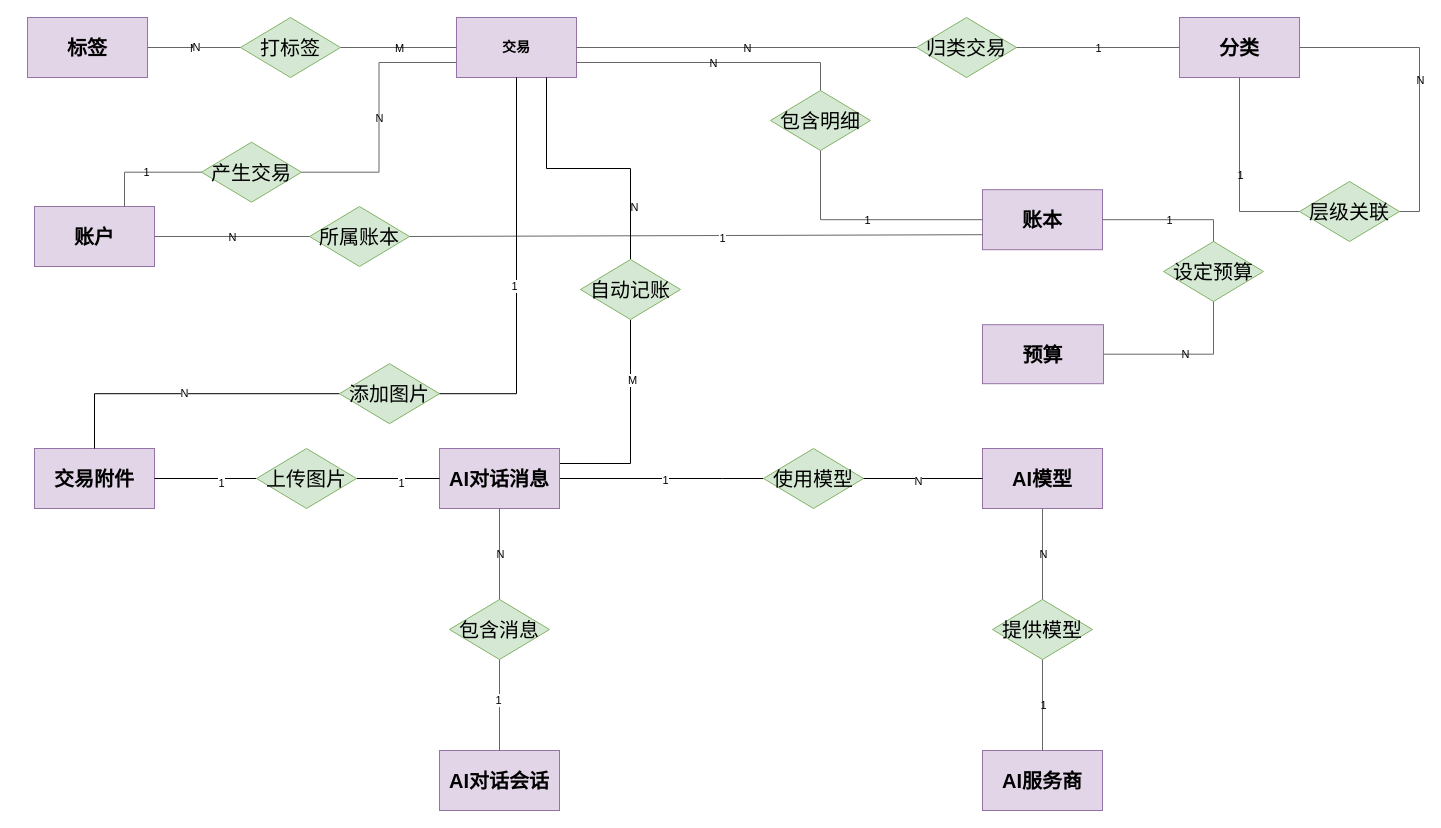
Earlier version of the draw.io diagram E-R图.drawio (Jiu-Nuan/awesomeCodes). Source tidied: cells renumbered, new cells numbered last; positions are measured from the earlier drawing's top-left corner, leaving out a move shared by most shapes. Both pictures are drawn from the tidied source at 100%, with x=0, y=0 at pixel (27, 17).
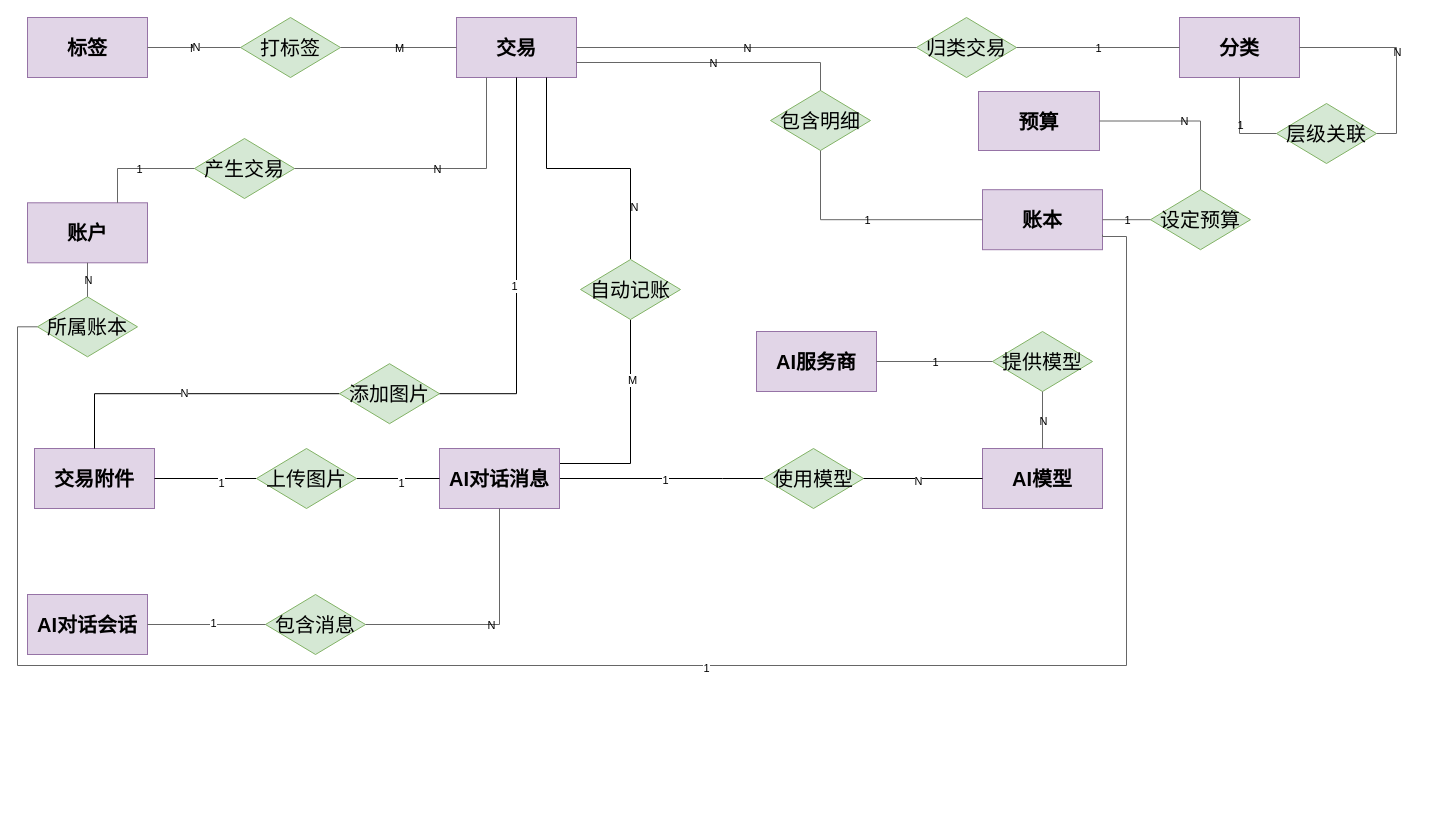
Above is the later version.

Unchanged cells that the change refers to:
```xml
<mxCell id="2" value="&lt;font style=&quot;font-size: 20px;&quot;&gt;账本&lt;/font&gt;" style="rounded=0;whiteSpace=wrap;html=1;fillColor=#e1d5e7;strokeColor=#9673a6;fontFamily=微软雅黑;fontStyle=1;fontSize=14;" parent="1" vertex="1">
  <mxGeometry x="955" y="172.2" width="120" height="60" as="geometry" />
</mxCell>
<mxCell id="13" value="&lt;font style=&quot;font-size: 20px;&quot;&gt;AI对话消息&lt;/font&gt;" style="rounded=0;whiteSpace=wrap;html=1;fillColor=#e1d5e7;strokeColor=#9673a6;fontFamily=微软雅黑;fontStyle=1;fontSize=14;" parent="1" vertex="1">
  <mxGeometry x="412" y="431" width="120" height="60" as="geometry" />
</mxCell>
<mxCell id="15" value="&lt;font style=&quot;font-size: 20px;&quot;&gt;AI模型&lt;/font&gt;" style="rounded=0;whiteSpace=wrap;html=1;fillColor=#e1d5e7;strokeColor=#9673a6;fontFamily=微软雅黑;fontStyle=1;fontSize=14;" parent="1" vertex="1">
  <mxGeometry x="955" y="431" width="120" height="60" as="geometry" />
</mxCell>
```

What changed in the source:
```diff
@@
     <mxCell id="3" value="&lt;font style=&quot;font-size: 20px;&quot;&gt;账户&lt;/font&gt;" style="rounded=0;whiteSpace=wrap;html=1;fillColor=#e1d5e7;strokeColor=#9673a6;fontFamily=微软雅黑;fontStyle=1;fontSize=14;" parent="1" vertex="1">
-      <mxGeometry x="7" y="189" width="120" height="60" as="geometry" />
+      <mxGeometry y="185.3" width="120" height="60" as="geometry" />
     </mxCell>
@@
-    <mxCell id="5" value="交易" style="rounded=0;whiteSpace=wrap;html=1;fillColor=#e1d5e7;strokeColor=#9673a6;fontFamily=微软雅黑;fontStyle=1;fontSize=14;" parent="1" vertex="1">
+    <mxCell id="5" value="&lt;font style=&quot;font-size: 20px;&quot;&gt;交易&lt;/font&gt;" style="rounded=0;whiteSpace=wrap;html=1;fillColor=#e1d5e7;strokeColor=#9673a6;fontFamily=微软雅黑;fontStyle=1;fontSize=14;" parent="1" vertex="1">
       <mxGeometry x="429" width="120" height="60" as="geometry" />
     </mxCell>
     <mxCell id="6" value="&lt;font style=&quot;font-size: 20px;&quot;&gt;预算&lt;/font&gt;" style="rounded=0;whiteSpace=wrap;html=1;fillColor=#e1d5e7;strokeColor=#9673a6;fontFamily=微软雅黑;fontStyle=1;fontSize=14;" parent="1" vertex="1">
-      <mxGeometry x="955" y="307.2" width="121" height="59" as="geometry" />
+      <mxGeometry x="951" y="74" width="121" height="59" as="geometry" />
     </mxCell>
@@
     <mxCell id="8" value="&lt;font style=&quot;font-size: 20px;&quot;&gt;AI对话会话&lt;/font&gt;" style="rounded=0;whiteSpace=wrap;html=1;fillColor=#e1d5e7;strokeColor=#9673a6;fontFamily=微软雅黑;fontStyle=1;fontSize=14;" parent="1" vertex="1">
-      <mxGeometry x="412" y="733" width="120" height="60" as="geometry" />
+      <mxGeometry y="577" width="120" height="60" as="geometry" />
     </mxCell>
@@
     <mxCell id="14" value="&lt;font style=&quot;font-size: 20px;&quot;&gt;AI服务商&lt;/font&gt;" style="rounded=0;whiteSpace=wrap;html=1;fillColor=#e1d5e7;strokeColor=#9673a6;fontFamily=微软雅黑;fontStyle=1;fontSize=14;" parent="1" vertex="1">
-      <mxGeometry x="955" y="733" width="120" height="60" as="geometry" />
+      <mxGeometry x="729" y="314" width="120" height="60" as="geometry" />
     </mxCell>
@@
     <mxCell id="16" value="&lt;font style=&quot;font-size: 20px;&quot;&gt;所属账本&lt;/font&gt;" style="rhombus;whiteSpace=wrap;html=1;fillColor=#d5e8d4;strokeColor=#82b366;" parent="1" vertex="1">
-      <mxGeometry x="282" y="189" width="100" height="60" as="geometry" />
+      <mxGeometry x="10" y="279.3" width="100" height="60" as="geometry" />
     </mxCell>
-    <mxCell id="17" style="endArrow=none;html=1;rounded=0;jettySize=auto;strokeColor=#666666;entryX=1;entryY=0.5;exitX=0;exitY=0.75;exitDx=0;exitDy=0;entryDx=0;entryDy=0;" parent="1" edge="1" source="2" target="16">
-      <mxGeometry relative="1" as="geometry" />
+    <mxCell id="17" style="endArrow=none;html=1;rounded=0;jettySize=auto;strokeColor=#666666;entryX=0;entryY=0.5;exitX=1;exitY=0.75;exitDx=0;exitDy=0;entryDx=0;entryDy=0;edgeStyle=orthogonalEdgeStyle;" parent="1" edge="1" source="2" target="16">
+      <mxGeometry relative="1" as="geometry">
+        <Array as="points">
+          <mxPoint x="1075" y="219" />
+          <mxPoint x="1099" y="219" />
+          <mxPoint x="1099" y="648" />
+          <mxPoint x="-10" y="648" />
+          <mxPoint x="-10" y="309" />
+        </Array>
+      </mxGeometry>
     </mxCell>
@@
-    <mxCell id="19" style="endArrow=none;html=1;rounded=0;jettySize=auto;strokeColor=#666666;exitX=0;exitY=0.5;entryX=1;entryY=0.5;entryDx=0;entryDy=0;edgeStyle=orthogonalEdgeStyle;exitDx=0;exitDy=0;" parent="1" edge="1" source="16" target="3">
+    <mxCell id="19" style="endArrow=none;html=1;rounded=0;jettySize=auto;strokeColor=#666666;exitX=0.5;exitY=0;entryX=0.5;entryY=1;entryDx=0;entryDy=0;edgeStyle=orthogonalEdgeStyle;exitDx=0;exitDy=0;" parent="1" edge="1" source="16" target="3">
       <mxGeometry relative="1" as="geometry" />
     </mxCell>
@@
     <mxCell id="21" value="&lt;font style=&quot;font-size: 20px;&quot;&gt;产生交易&lt;/font&gt;" style="rhombus;whiteSpace=wrap;html=1;fillColor=#d5e8d4;strokeColor=#82b366;" parent="1" vertex="1">
-      <mxGeometry x="174" y="124.7" width="100" height="60" as="geometry" />
+      <mxGeometry x="167" y="121" width="100" height="60" as="geometry" />
     </mxCell>
@@
-    <mxCell id="24" style="endArrow=none;html=1;rounded=0;jettySize=auto;strokeColor=#666666;exitX=1;exitY=0.5;entryX=0;entryY=0.75;entryDx=0;entryDy=0;exitDx=0;exitDy=0;edgeStyle=orthogonalEdgeStyle;" parent="1" edge="1" source="21" target="5">
+    <mxCell id="24" style="endArrow=none;html=1;rounded=0;jettySize=auto;strokeColor=#666666;exitX=1;exitY=0.5;entryX=0.25;entryY=1;entryDx=0;entryDy=0;exitDx=0;exitDy=0;edgeStyle=orthogonalEdgeStyle;" parent="1" edge="1" source="21" target="5">
       <mxGeometry relative="1" as="geometry" />
     </mxCell>
@@
     <mxCell id="26" value="&lt;font style=&quot;font-size: 20px;&quot;&gt;设定预算&lt;/font&gt;" style="rhombus;whiteSpace=wrap;html=1;fillColor=#d5e8d4;strokeColor=#82b366;" parent="1" vertex="1">
-      <mxGeometry x="1136" y="224" width="100" height="60" as="geometry" />
+      <mxGeometry x="1123" y="172.2" width="100" height="60" as="geometry" />
     </mxCell>
-    <mxCell id="27" style="endArrow=none;html=1;rounded=0;jettySize=auto;strokeColor=#666666;exitX=1;exitY=0.5;entryX=0.5;entryY=0;edgeStyle=orthogonalEdgeStyle;entryDx=0;entryDy=0;" parent="1" edge="1" source="2" target="26">
+    <mxCell id="27" style="endArrow=none;html=1;rounded=0;jettySize=auto;strokeColor=#666666;exitX=1;exitY=0.5;entryX=0;entryY=0.5;edgeStyle=orthogonalEdgeStyle;entryDx=0;entryDy=0;" parent="1" edge="1" source="2" target="26">
       <mxGeometry relative="1" as="geometry" />
     </mxCell>
@@
-    <mxCell id="29" style="endArrow=none;html=1;rounded=0;jettySize=auto;strokeColor=#666666;exitX=0.5;exitY=1;entryX=1;entryY=0.5;exitDx=0;exitDy=0;edgeStyle=orthogonalEdgeStyle;entryDx=0;entryDy=0;" parent="1" edge="1" source="26" target="6">
+    <mxCell id="29" style="endArrow=none;html=1;rounded=0;jettySize=auto;strokeColor=#666666;exitX=0.5;exitY=0;entryX=1;entryY=0.5;exitDx=0;exitDy=0;edgeStyle=orthogonalEdgeStyle;entryDx=0;entryDy=0;" parent="1" edge="1" source="26" target="6">
       <mxGeometry relative="1" as="geometry" />
     </mxCell>
@@
     <mxCell id="47" value="&lt;font style=&quot;font-size: 20px;&quot;&gt;包含消息&lt;/font&gt;" style="rhombus;whiteSpace=wrap;html=1;fillColor=#d5e8d4;strokeColor=#82b366;" parent="1" vertex="1">
-      <mxGeometry x="422" y="582" width="100" height="60" as="geometry" />
+      <mxGeometry x="238" y="577" width="100" height="60" as="geometry" />
     </mxCell>
-    <mxCell id="48" style="endArrow=none;html=1;rounded=0;jettySize=auto;strokeColor=#666666;entryX=0.5;entryY=1;edgeStyle=orthogonalEdgeStyle;entryDx=0;entryDy=0;" parent="1" edge="1" source="8" target="47">
+    <mxCell id="48" style="endArrow=none;html=1;rounded=0;jettySize=auto;strokeColor=#666666;entryX=0;entryY=0.5;edgeStyle=orthogonalEdgeStyle;entryDx=0;entryDy=0;" parent="1" edge="1" source="8" target="47">
       <mxGeometry relative="1" as="geometry" />
     </mxCell>
@@
-    <mxCell id="50" style="endArrow=none;html=1;rounded=0;jettySize=auto;strokeColor=#666666;exitX=0.5;exitY=0;entryX=0.5;entryY=1;edgeStyle=orthogonalEdgeStyle;entryDx=0;entryDy=0;exitDx=0;exitDy=0;" parent="1" edge="1" source="47" target="13">
+    <mxCell id="50" style="endArrow=none;html=1;rounded=0;jettySize=auto;strokeColor=#666666;exitX=1;exitY=0.5;entryX=0.5;entryY=1;edgeStyle=orthogonalEdgeStyle;entryDx=0;entryDy=0;exitDx=0;exitDy=0;" parent="1" edge="1" source="47" target="13">
       <mxGeometry relative="1" as="geometry" />
     </mxCell>
@@
     <mxCell id="52" value="&lt;font style=&quot;font-size: 20px;&quot;&gt;提供模型&lt;/font&gt;" style="rhombus;whiteSpace=wrap;html=1;fillColor=#d5e8d4;strokeColor=#82b366;" parent="1" vertex="1">
-      <mxGeometry x="965" y="582" width="100" height="60" as="geometry" />
+      <mxGeometry x="965" y="314" width="100" height="60" as="geometry" />
     </mxCell>
-    <mxCell id="53" style="endArrow=none;html=1;rounded=0;jettySize=auto;strokeColor=#666666;exitX=0.5;exitY=0;entryX=0.5;entryY=1;exitDx=0;exitDy=0;entryDx=0;entryDy=0;" parent="1" edge="1" source="14" target="52">
+    <mxCell id="53" style="endArrow=none;html=1;rounded=0;jettySize=auto;strokeColor=#666666;exitX=1;exitY=0.5;entryX=0;entryY=0.5;exitDx=0;exitDy=0;entryDx=0;entryDy=0;" parent="1" edge="1" source="14" target="52">
       <mxGeometry relative="1" as="geometry" />
     </mxCell>
@@
-    <mxCell id="55" style="endArrow=none;html=1;rounded=0;jettySize=auto;strokeColor=#666666;exitX=0.5;exitY=0;entryX=0.5;entryY=1;edgeStyle=orthogonalEdgeStyle;entryDx=0;entryDy=0;exitDx=0;exitDy=0;" parent="1" edge="1" source="52" target="15">
+    <mxCell id="55" style="endArrow=none;html=1;rounded=0;jettySize=auto;strokeColor=#666666;entryX=0.5;entryY=0;edgeStyle=orthogonalEdgeStyle;entryDx=0;entryDy=0;" parent="1" edge="1" source="52" target="15">
       <mxGeometry relative="1" as="geometry" />
     </mxCell>
@@
     <mxCell id="57" value="&lt;font style=&quot;font-size: 20px;&quot;&gt;层级关联&lt;/font&gt;" style="rhombus;whiteSpace=wrap;html=1;fillColor=#d5e8d4;strokeColor=#82b366;" parent="1" vertex="1">
-      <mxGeometry x="1272" y="164" width="100" height="60" as="geometry" />
+      <mxGeometry x="1249" y="86" width="100" height="60" as="geometry" />
     </mxCell>
```
